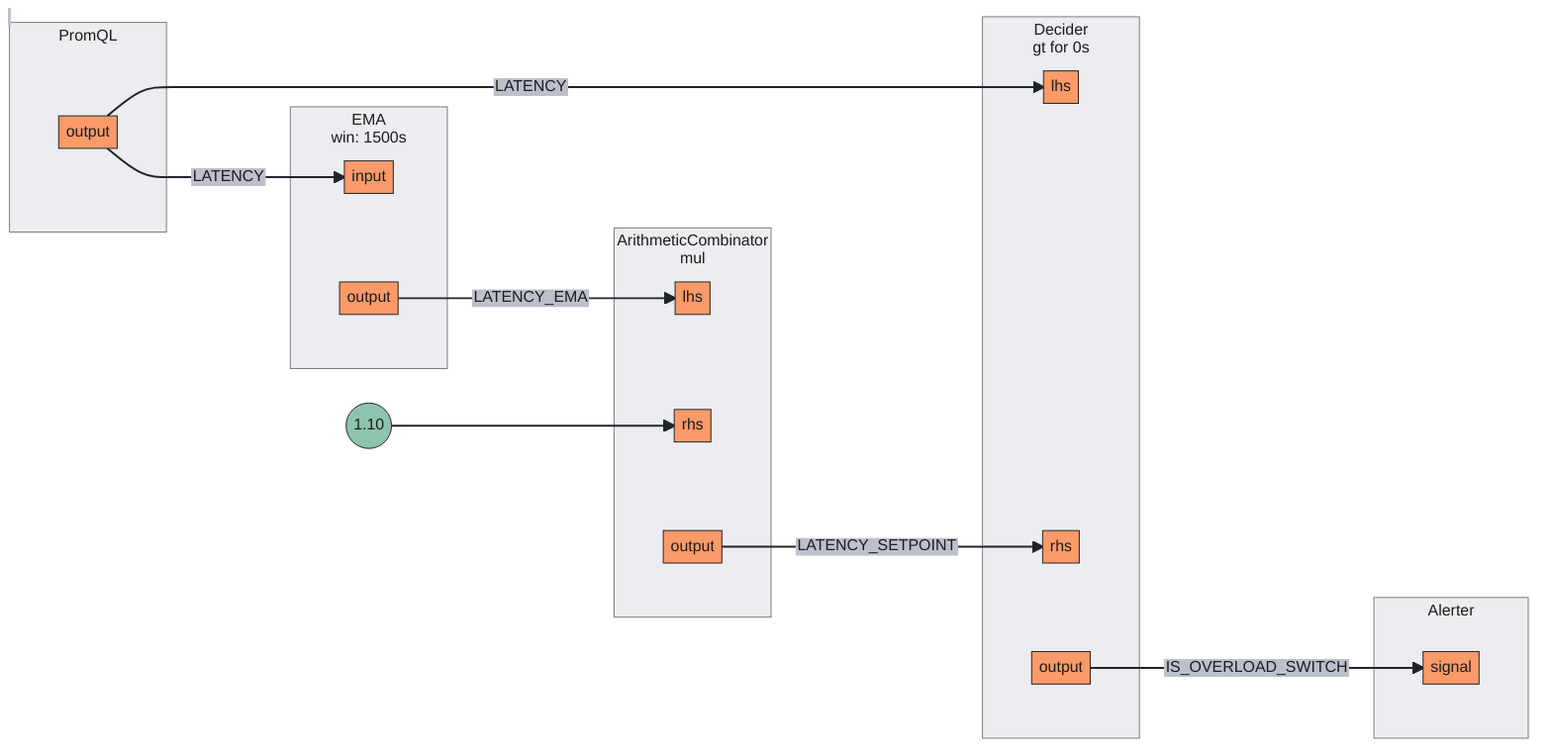
fluxninja/aperture keeps this Mermaid diagram as docs/content/tutorials/signal-processing/assets/detecting-overload/detecting-overload.mmd.png. Above is the earlier version. Its source is kept beside it as docs/content/tutorials/signal-processing/assets/detecting-overload/detecting-overload.mmd.
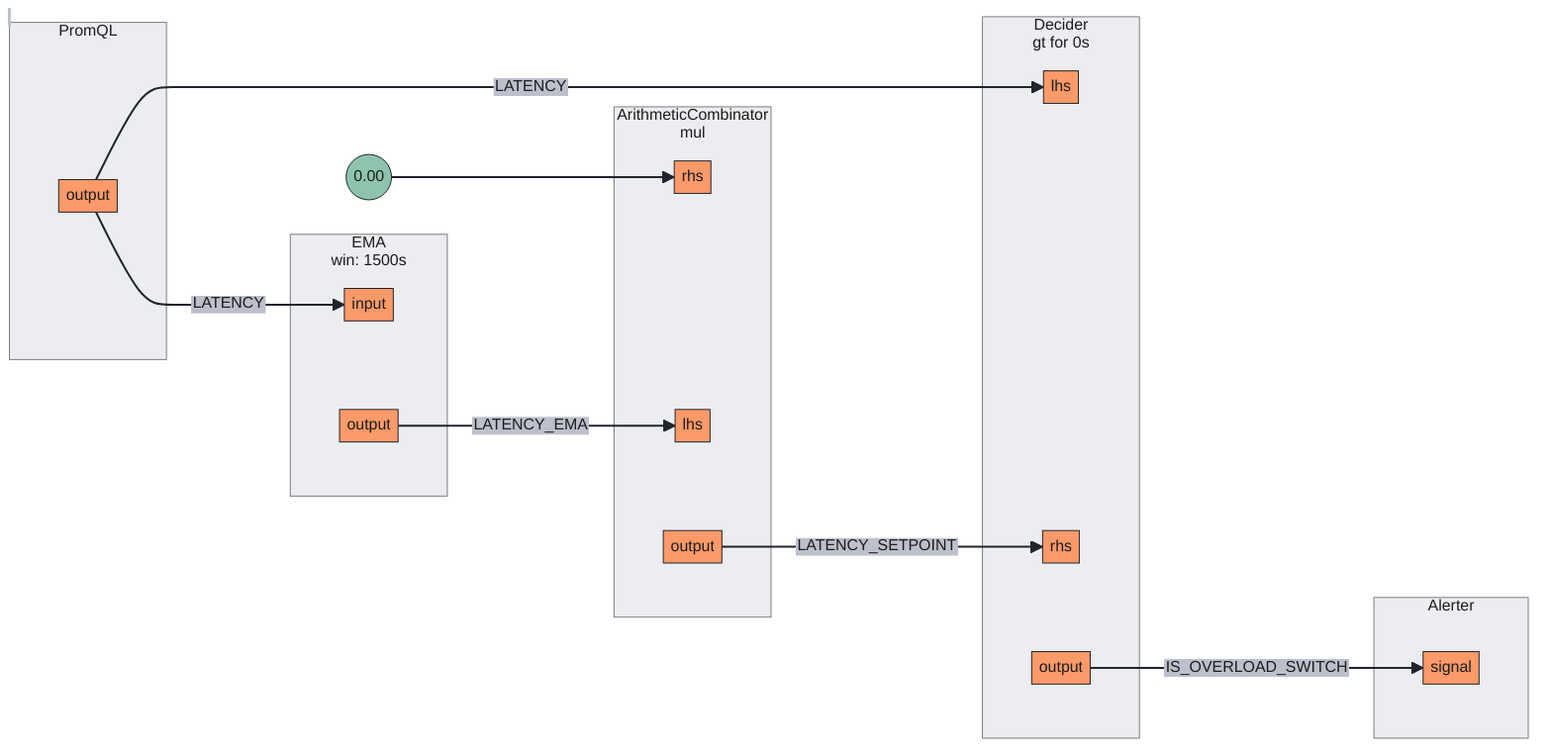
The same diagram one commit later.

Change to the diagram source:
```diff
@@ -18,15 +18,15 @@
 subgraph 2[<center>ArithmeticCombinator<br/>mul</center>]
 subgraph 2_inports[ ]
 style 2_inports fill:none,stroke:none
+2rhs[rhs]
 2lhs[lhs]
-2rhs[rhs]
 end
 subgraph 2_outports[ ]
 style 2_outports fill:none,stroke:none
 2output[output]
 end
 end
-FakeConstant0((1.10))
+FakeConstant0((0.00))
 FakeConstant0 --> 2rhs
 subgraph 3[<center>Decider<br/>gt for 0s</center>]
 subgraph 3_inports[ ]
@@ -45,8 +45,8 @@
 4signal[signal]
 end
 end
+0output --> |LATENCY| 1input
+0output --> |LATENCY| 3lhs
 1output --> |LATENCY_EMA| 2lhs
 2output --> |LATENCY_SETPOINT| 3rhs
 3output --> |IS_OVERLOAD_SWITCH| 4signal
-0output --> |LATENCY| 1input
-0output --> |LATENCY| 3lhs
```
